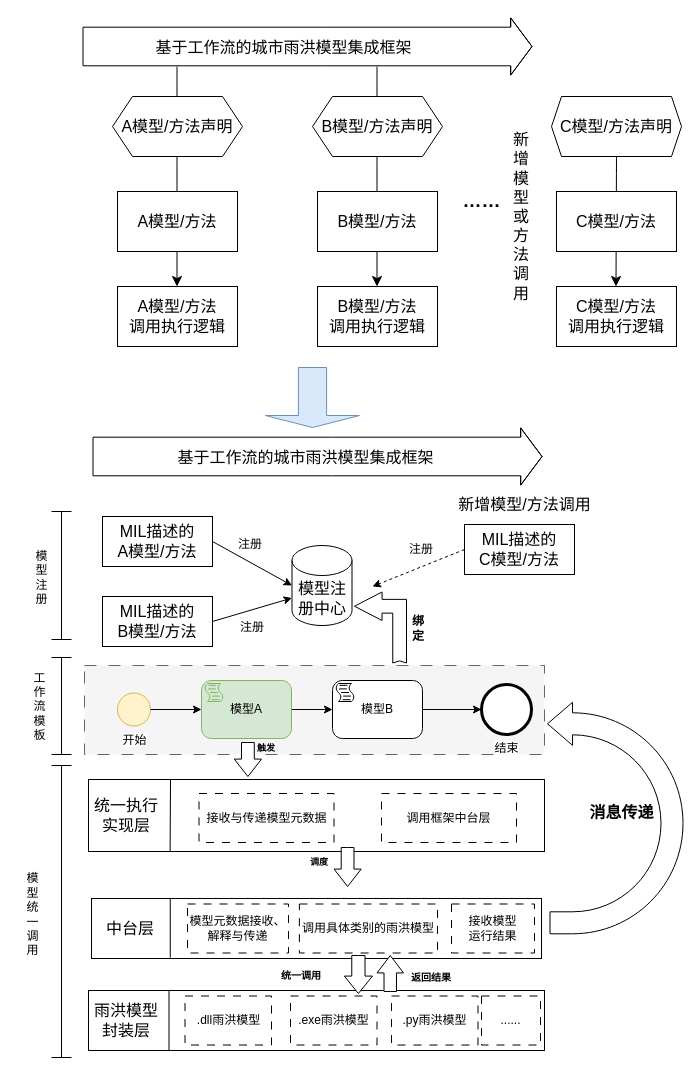
This is page "第 5 页" (5 of 5) of 模型接口语言注册.drawio from liujing-maker/IDEA, a draw.io file, before an edit. Source tidied: cells renumbered, new cells numbered last; positions are measured from the earlier drawing's top-left corner, leaving out a move shared by most shapes. Both pictures are drawn from the tidied source at 100%, with x=0, y=0 at pixel (17, 46).
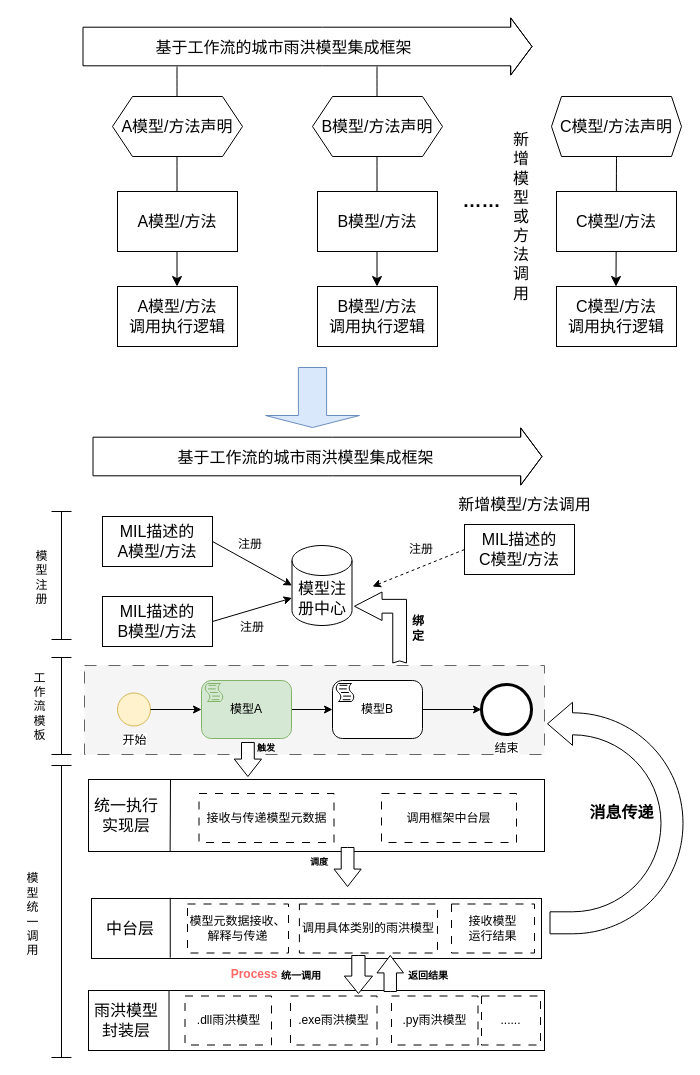
The same page after the edit.

Commit message:
更新模型接口语言注册.drawio

Diff of the diagram source:
```diff
@@
     <mxCell id="72" value="&lt;div style=&quot;text-align: center;&quot;&gt;&lt;font size=&quot;1&quot; face=&quot;Times New Roman&quot;&gt;&lt;b&gt;返回结果&lt;/b&gt;&lt;/font&gt;&lt;/div&gt;" style="text;whiteSpace=wrap;html=1;" parent="1" vertex="1">
-      <mxGeometry x="392" y="917" width="89" height="27" as="geometry" />
+      <mxGeometry x="389" y="914.5" width="61" height="27" as="geometry" />
     </mxCell>
@@
+    <mxCell id="76" value="&lt;b&gt;&lt;font color=&quot;#ff6666&quot;&gt;Process&lt;/font&gt;&lt;/b&gt;" style="text;html=1;align=center;verticalAlign=middle;whiteSpace=wrap;rounded=0;" parent="1" vertex="1">
+      <mxGeometry x="207" y="913" width="60" height="30" as="geometry" />
+    </mxCell>
```
